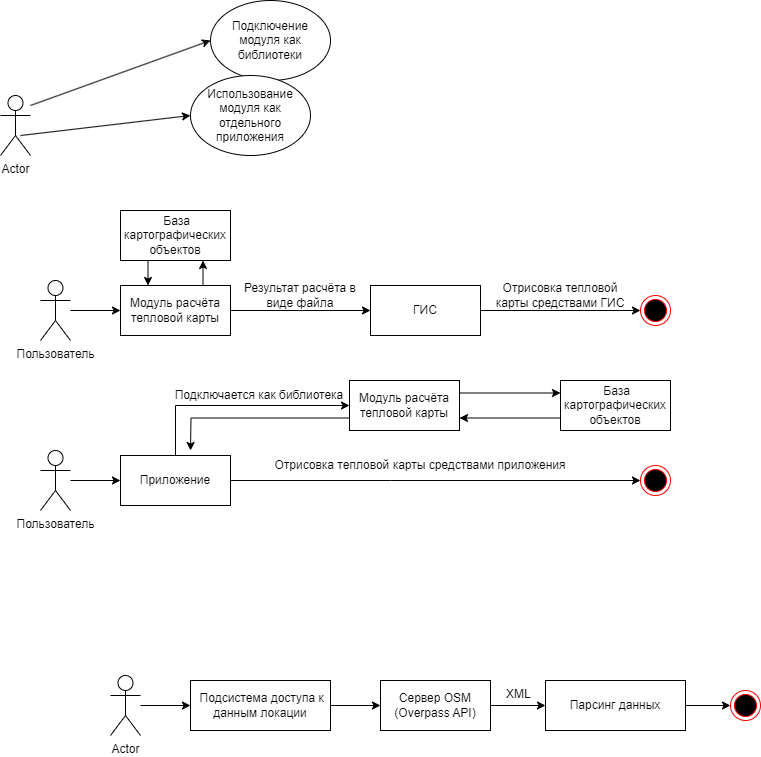
KirMaid/OsmApiClient keeps this draw.io diagram as Диаграмма без названия.drawio.png. Above is the earlier version. Source tidied: cells renumbered, new cells last; positions are measured from the earlier drawing's top-left corner, leaving out a move shared by most shapes.
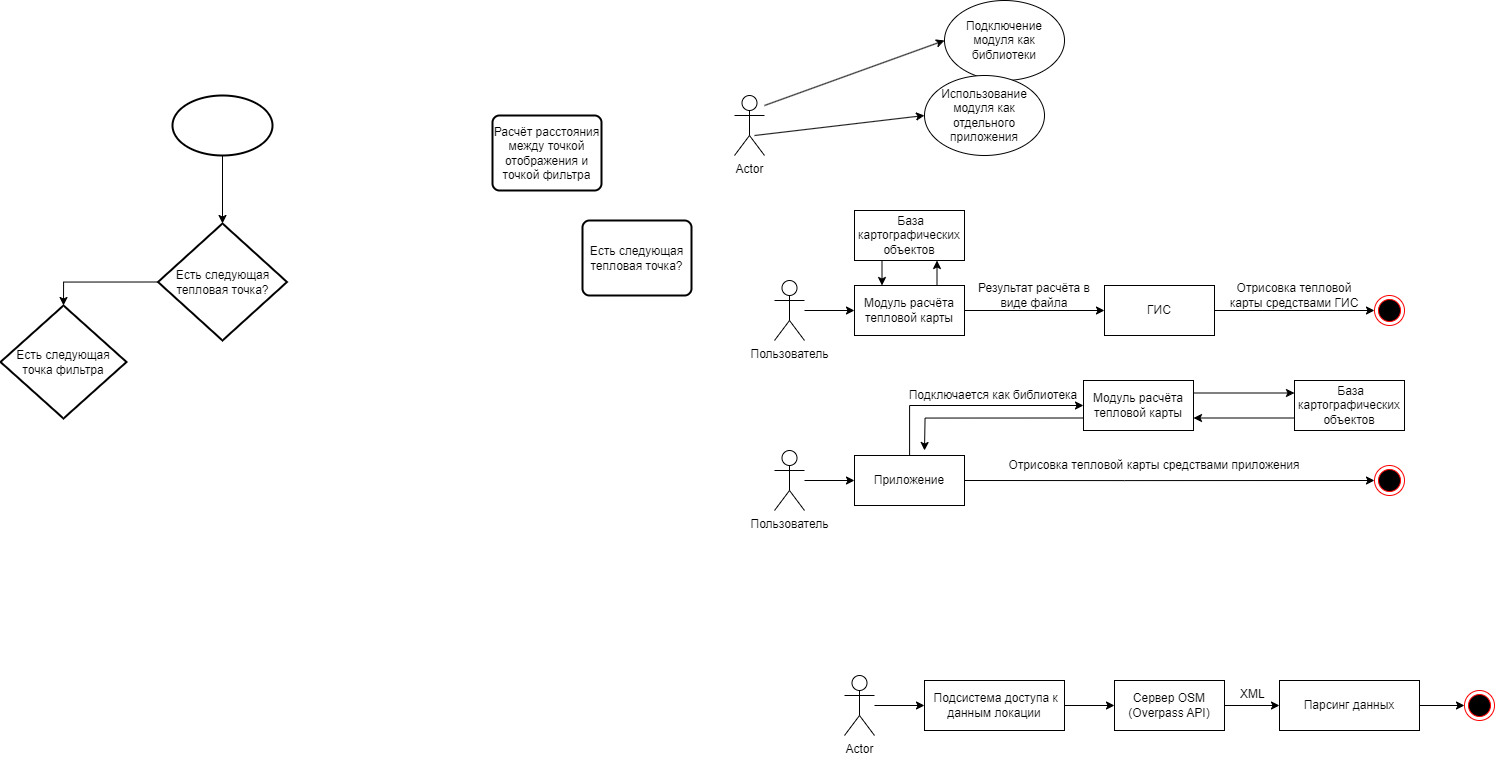
Above is the later version.

The edit, as a diff of the source:
```diff
@@ -135,5 +135,26 @@
     <mxCell id="41" value="XML" style="text;strokeColor=none;fillColor=none;spacingLeft=4;spacingRight=4;overflow=hidden;fontSize=12;whiteSpace=wrap;html=1;" parent="1" vertex="1">
       <mxGeometry x="500" y="680" width="40" height="30" as="geometry" />
     </mxCell>
+    <mxCell id="42" style="edgeStyle=orthogonalEdgeStyle;rounded=0;jettySize=auto;html=1;entryX=0.5;entryY=0;entryDx=0;entryDy=0;entryPerimeter=0;" parent="1" edge="1" source="43" target="47">
+      <mxGeometry relative="1" as="geometry" />
+    </mxCell>
+    <mxCell id="43" style="strokeWidth=2;html=1;shape=mxgraph.flowchart.start_1;whiteSpace=wrap;" parent="1" vertex="1">
+      <mxGeometry x="-562" y="95" width="100" height="60" as="geometry" />
+    </mxCell>
+    <mxCell id="44" value="Расчёт расстояния между точкой отображения и точкой фильтра" style="rounded=1;whiteSpace=wrap;html=1;absoluteArcSize=1;arcSize=14;strokeWidth=2;" parent="1" vertex="1">
+      <mxGeometry x="-242" y="115" width="109" height="75" as="geometry" />
+    </mxCell>
+    <mxCell id="45" value="Есть следующая тепловая точка?" style="rounded=1;whiteSpace=wrap;html=1;absoluteArcSize=1;arcSize=14;strokeWidth=2;" parent="1" vertex="1">
+      <mxGeometry x="-152" y="220" width="109" height="75" as="geometry" />
+    </mxCell>
+    <mxCell id="46" style="edgeStyle=orthogonalEdgeStyle;rounded=0;jettySize=auto;html=1;exitX=0;exitY=0.5;exitDx=0;exitDy=0;exitPerimeter=0;entryX=0.5;entryY=0;entryDx=0;entryDy=0;entryPerimeter=0;" parent="1" edge="1" source="47" target="48">
+      <mxGeometry relative="1" as="geometry" />
+    </mxCell>
+    <mxCell id="47" value="Есть следующая тепловая точка?" style="strokeWidth=2;html=1;shape=mxgraph.flowchart.decision;whiteSpace=wrap;" parent="1" vertex="1">
+      <mxGeometry x="-576.5" y="223" width="129" height="117" as="geometry" />
+    </mxCell>
+    <mxCell id="48" value="Есть следующая точка фильтра" style="strokeWidth=2;html=1;shape=mxgraph.flowchart.decision;whiteSpace=wrap;" parent="1" vertex="1">
+      <mxGeometry x="-734" y="305" width="126" height="113" as="geometry" />
+    </mxCell>
   </root>
 </mxGraphModel>
```
